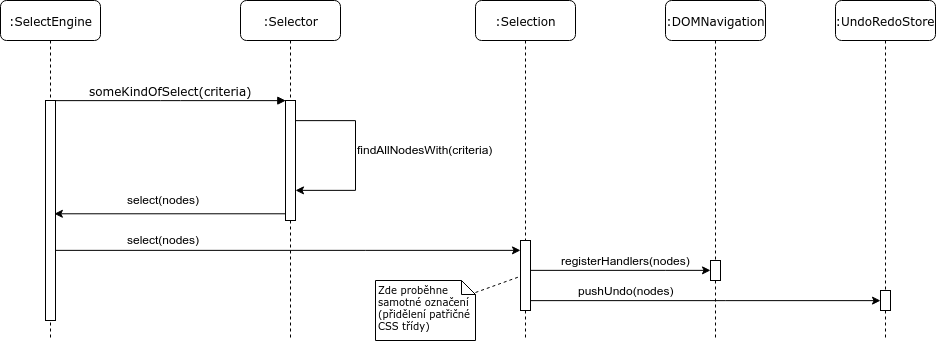
Above: LaTeX/images/sequence_diagram.png in drahoja9/scraper (draw.io), before the change. Source tidied: cells renumbered, new cells last; positions are measured from the earlier drawing's top-left corner, leaving out a move shared by most shapes. Its diagram source:
```xml
<mxGraphModel background="#ffffff">
  <root>
    <mxCell id="0" />
    <mxCell id="1" parent="0" />
    <mxCell id="2" value=":Selector" style="shape=umlLifeline;perimeter=lifelinePerimeter;whiteSpace=wrap;html=1;rounded=1;shadow=0;comic=0;labelBackgroundColor=none;strokeColor=#000000;strokeWidth=1;fillColor=#FFFFFF;fontFamily=Verdana;fontSize=12;fontColor=#000000;align=center;" parent="1" vertex="1">
      <mxGeometry x="240" width="100" height="340" as="geometry" />
    </mxCell>
    <mxCell id="3" style="html=1;points=[];perimeter=orthogonalPerimeter;rounded=0;shadow=0;comic=0;labelBackgroundColor=none;strokeColor=#000000;strokeWidth=1;fillColor=#FFFFFF;fontFamily=Verdana;fontSize=12;fontColor=#000000;align=center;" parent="2" vertex="1">
      <mxGeometry x="45" y="100" width="10" height="120" as="geometry" />
    </mxCell>
    <mxCell id="4" style="edgeStyle=orthogonalEdgeStyle;rounded=0;orthogonalLoop=1;jettySize=auto;html=1;" parent="2" edge="1" source="3" target="3">
      <mxGeometry relative="1" as="geometry">
        <Array as="points">
          <mxPoint x="115" y="120" />
          <mxPoint x="115" y="190" />
        </Array>
      </mxGeometry>
    </mxCell>
    <mxCell id="5" value=":SelectEngine" style="shape=umlLifeline;perimeter=lifelinePerimeter;whiteSpace=wrap;html=1;rounded=1;shadow=0;comic=0;labelBackgroundColor=none;strokeColor=#000000;strokeWidth=1;fillColor=#FFFFFF;fontFamily=Verdana;fontSize=12;fontColor=#000000;align=center;" parent="1" vertex="1">
      <mxGeometry width="100" height="340" as="geometry" />
    </mxCell>
    <mxCell id="6" style="html=1;points=[];perimeter=orthogonalPerimeter;rounded=0;shadow=0;comic=0;labelBackgroundColor=none;strokeColor=#000000;strokeWidth=1;fillColor=#FFFFFF;fontFamily=Verdana;fontSize=12;fontColor=#000000;align=center;" parent="5" vertex="1">
      <mxGeometry x="45" y="100" width="10" height="220" as="geometry" />
    </mxCell>
    <mxCell id="7" value="someKindOfSelect(criteria)" style="html=1;verticalAlign=bottom;endArrow=block;entryX=0;entryY=0;labelBackgroundColor=none;fontFamily=Verdana;fontSize=12;edgeStyle=elbowEdgeStyle;elbow=vertical;" parent="1" edge="1" source="6" target="3">
      <mxGeometry relative="1" as="geometry" />
    </mxCell>
    <mxCell id="8" style="rounded=0;jumpStyle=none;jettySize=auto;html=1;entryX=0.071;entryY=0.508;entryDx=0;entryDy=0;entryPerimeter=0;endArrow=none;endFill=0;dashed=1;" parent="1" edge="1" source="9" target="11">
      <mxGeometry relative="1" as="geometry" />
    </mxCell>
    <mxCell id="9" value="Zde proběhne samotné označení (přidělení patřičné CSS třídy)" style="shape=note;whiteSpace=wrap;html=1;size=14;verticalAlign=middle;align=left;spacingTop=-6;rounded=0;shadow=0;comic=0;labelBackgroundColor=none;strokeColor=#000000;strokeWidth=1;fillColor=#FFFFFF;fontFamily=Verdana;fontSize=10;fontColor=#000000;" parent="1" vertex="1">
      <mxGeometry x="375" y="280" width="100" height="60" as="geometry" />
    </mxCell>
    <mxCell id="10" value=":Selection" style="shape=umlLifeline;perimeter=lifelinePerimeter;whiteSpace=wrap;html=1;rounded=1;shadow=0;comic=0;labelBackgroundColor=none;strokeColor=#000000;strokeWidth=1;fillColor=#FFFFFF;fontFamily=Verdana;fontSize=12;fontColor=#000000;align=center;" parent="1" vertex="1">
      <mxGeometry x="475" width="100" height="340" as="geometry" />
    </mxCell>
    <mxCell id="11" style="html=1;points=[];perimeter=orthogonalPerimeter;rounded=0;shadow=0;comic=0;labelBackgroundColor=none;strokeColor=#000000;strokeWidth=1;fillColor=#FFFFFF;fontFamily=Verdana;fontSize=12;fontColor=#000000;align=center;" parent="10" vertex="1">
      <mxGeometry x="45" y="240" width="10" height="70" as="geometry" />
    </mxCell>
    <mxCell id="12" value="findAllNodesWith(criteria)" style="text;html=1;align=left;verticalAlign=top;spacingTop=-4;" parent="1" vertex="1">
      <mxGeometry x="355" y="140" width="150" height="20" as="geometry" />
    </mxCell>
    <mxCell id="13" style="edgeStyle=orthogonalEdgeStyle;rounded=0;jettySize=auto;html=1;" parent="1" edge="1" source="3">
      <mxGeometry relative="1" as="geometry">
        <mxPoint x="54" y="213" as="targetPoint" />
        <Array as="points">
          <mxPoint x="54" y="213" />
        </Array>
      </mxGeometry>
    </mxCell>
    <mxCell id="14" value="select(nodes)" style="text;html=1;align=center;verticalAlign=middle;labelBackgroundColor=#ffffff;" parent="13" vertex="1">
      <mxGeometry x="0.07" y="1" relative="1" as="geometry">
        <mxPoint x="1.5" y="-16" as="offset" />
      </mxGeometry>
    </mxCell>
    <mxCell id="15" value="select(nodes)" style="text;html=1;align=center;verticalAlign=middle;labelBackgroundColor=#ffffff;" parent="13" vertex="1">
      <mxGeometry x="0.07" y="1" relative="1" as="geometry">
        <mxPoint x="1.5" y="24" as="offset" />
      </mxGeometry>
    </mxCell>
    <mxCell id="16" style="edgeStyle=orthogonalEdgeStyle;rounded=0;jettySize=auto;html=1;jumpStyle=none;" parent="1" edge="1" source="6" target="11">
      <mxGeometry relative="1" as="geometry">
        <Array as="points">
          <mxPoint x="365" y="250" />
          <mxPoint x="365" y="250" />
        </Array>
      </mxGeometry>
    </mxCell>
    <mxCell id="17" value=":DOMNavigation" style="shape=umlLifeline;perimeter=lifelinePerimeter;whiteSpace=wrap;html=1;rounded=1;shadow=0;comic=0;labelBackgroundColor=none;strokeColor=#000000;strokeWidth=1;fillColor=#FFFFFF;fontFamily=Verdana;fontSize=12;fontColor=#000000;align=center;" parent="1" vertex="1">
      <mxGeometry x="665" width="100" height="340" as="geometry" />
    </mxCell>
    <mxCell id="18" style="html=1;points=[];perimeter=orthogonalPerimeter;rounded=0;shadow=0;comic=0;labelBackgroundColor=none;strokeColor=#000000;strokeWidth=1;fillColor=#FFFFFF;fontFamily=Verdana;fontSize=12;fontColor=#000000;align=center;" parent="17" vertex="1">
      <mxGeometry x="45" y="260" width="10" height="20" as="geometry" />
    </mxCell>
    <mxCell id="19" style="edgeStyle=orthogonalEdgeStyle;rounded=0;jumpStyle=none;jettySize=auto;html=1;" parent="1" edge="1" source="11" target="18">
      <mxGeometry relative="1" as="geometry">
        <Array as="points">
          <mxPoint x="665" y="270" />
          <mxPoint x="665" y="270" />
        </Array>
      </mxGeometry>
    </mxCell>
    <mxCell id="20" value="registerHandlers(nodes)" style="text;html=1;align=center;verticalAlign=middle;labelBackgroundColor=#ffffff;" parent="19" vertex="1">
      <mxGeometry x="0.19" y="1" relative="1" as="geometry">
        <mxPoint x="-11.5" y="-9" as="offset" />
      </mxGeometry>
    </mxCell>
    <mxCell id="21" value=":UndoRedoStore" style="shape=umlLifeline;perimeter=lifelinePerimeter;whiteSpace=wrap;html=1;rounded=1;shadow=0;comic=0;labelBackgroundColor=none;strokeColor=#000000;strokeWidth=1;fillColor=#FFFFFF;fontFamily=Verdana;fontSize=12;fontColor=#000000;align=center;" parent="1" vertex="1">
      <mxGeometry x="835" width="100" height="340" as="geometry" />
    </mxCell>
    <mxCell id="22" style="html=1;points=[];perimeter=orthogonalPerimeter;rounded=0;shadow=0;comic=0;labelBackgroundColor=none;strokeColor=#000000;strokeWidth=1;fillColor=#FFFFFF;fontFamily=Verdana;fontSize=12;fontColor=#000000;align=center;" parent="21" vertex="1">
      <mxGeometry x="45" y="290" width="10" height="20" as="geometry" />
    </mxCell>
    <mxCell id="23" style="edgeStyle=orthogonalEdgeStyle;rounded=0;jumpStyle=none;jettySize=auto;html=1;" parent="1" edge="1" source="11" target="22">
      <mxGeometry relative="1" as="geometry">
        <Array as="points">
          <mxPoint x="725" y="300" />
          <mxPoint x="725" y="300" />
        </Array>
      </mxGeometry>
    </mxCell>
    <mxCell id="24" value="pushUndo(nodes)" style="text;html=1;align=center;verticalAlign=middle;labelBackgroundColor=#ffffff;" parent="23" vertex="1">
      <mxGeometry x="0.15" relative="1" as="geometry">
        <mxPoint x="-106" y="-10" as="offset" />
      </mxGeometry>
    </mxCell>
  </root>
</mxGraphModel>
```
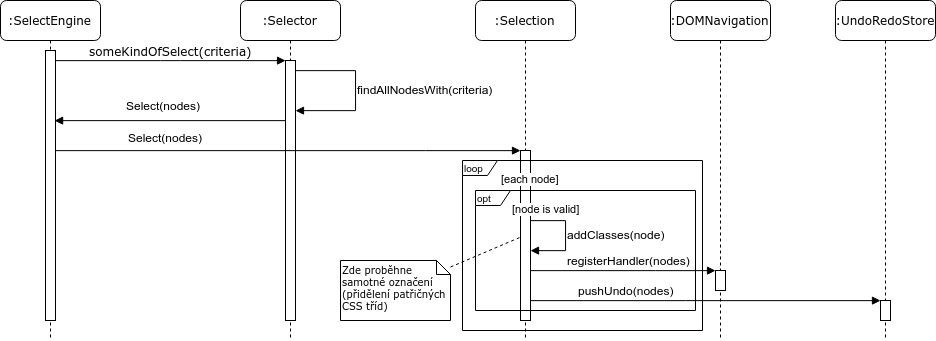
Above is the later version.

Commit message:
Added new diagram. Also the testing chapter is almost done.

The edit, as a diff of the source:
```diff
@@ -6,13 +6,13 @@
       <mxGeometry x="240" width="100" height="340" as="geometry" />
     </mxCell>
     <mxCell id="3" style="html=1;points=[];perimeter=orthogonalPerimeter;rounded=0;shadow=0;comic=0;labelBackgroundColor=none;strokeColor=#000000;strokeWidth=1;fillColor=#FFFFFF;fontFamily=Verdana;fontSize=12;fontColor=#000000;align=center;" parent="2" vertex="1">
-      <mxGeometry x="45" y="100" width="10" height="120" as="geometry" />
+      <mxGeometry x="45" y="60" width="10" height="260" as="geometry" />
     </mxCell>
-    <mxCell id="4" style="edgeStyle=orthogonalEdgeStyle;rounded=0;orthogonalLoop=1;jettySize=auto;html=1;" parent="2" edge="1" source="3" target="3">
+    <mxCell id="4" style="edgeStyle=orthogonalEdgeStyle;rounded=0;orthogonalLoop=1;jettySize=auto;html=1;endArrow=block;endFill=1;" parent="2" edge="1" source="3" target="3">
       <mxGeometry relative="1" as="geometry">
         <Array as="points">
-          <mxPoint x="115" y="120" />
-          <mxPoint x="115" y="190" />
+          <mxPoint x="115" y="70" />
+          <mxPoint x="115" y="110" />
         </Array>
       </mxGeometry>
     </mxCell>
@@ -20,7 +20,7 @@
       <mxGeometry width="100" height="340" as="geometry" />
     </mxCell>
     <mxCell id="6" style="html=1;points=[];perimeter=orthogonalPerimeter;rounded=0;shadow=0;comic=0;labelBackgroundColor=none;strokeColor=#000000;strokeWidth=1;fillColor=#FFFFFF;fontFamily=Verdana;fontSize=12;fontColor=#000000;align=center;" parent="5" vertex="1">
-      <mxGeometry x="45" y="100" width="10" height="220" as="geometry" />
+      <mxGeometry x="45" y="50" width="10" height="270" as="geometry" />
     </mxCell>
     <mxCell id="7" value="someKindOfSelect(criteria)" style="html=1;verticalAlign=bottom;endArrow=block;entryX=0;entryY=0;labelBackgroundColor=none;fontFamily=Verdana;fontSize=12;edgeStyle=elbowEdgeStyle;elbow=vertical;" parent="1" edge="1" source="6" target="3">
       <mxGeometry relative="1" as="geometry" />
@@ -28,59 +28,67 @@
     <mxCell id="8" style="rounded=0;jumpStyle=none;jettySize=auto;html=1;entryX=0.071;entryY=0.508;entryDx=0;entryDy=0;entryPerimeter=0;endArrow=none;endFill=0;dashed=1;" parent="1" edge="1" source="9" target="11">
       <mxGeometry relative="1" as="geometry" />
     </mxCell>
-    <mxCell id="9" value="Zde proběhne samotné označení (přidělení patřičné CSS třídy)" style="shape=note;whiteSpace=wrap;html=1;size=14;verticalAlign=middle;align=left;spacingTop=-6;rounded=0;shadow=0;comic=0;labelBackgroundColor=none;strokeColor=#000000;strokeWidth=1;fillColor=#FFFFFF;fontFamily=Verdana;fontSize=10;fontColor=#000000;" parent="1" vertex="1">
-      <mxGeometry x="375" y="280" width="100" height="60" as="geometry" />
+    <mxCell id="9" value="Zde proběhne samotné označení (přidělení patřičných CSS tříd)" style="shape=note;whiteSpace=wrap;html=1;size=14;verticalAlign=middle;align=left;spacingTop=-6;rounded=0;shadow=0;comic=0;labelBackgroundColor=none;strokeColor=#000000;strokeWidth=1;fillColor=#FFFFFF;fontFamily=Verdana;fontSize=10;fontColor=#000000;" parent="1" vertex="1">
+      <mxGeometry x="340" y="260" width="110" height="60" as="geometry" />
     </mxCell>
     <mxCell id="10" value=":Selection" style="shape=umlLifeline;perimeter=lifelinePerimeter;whiteSpace=wrap;html=1;rounded=1;shadow=0;comic=0;labelBackgroundColor=none;strokeColor=#000000;strokeWidth=1;fillColor=#FFFFFF;fontFamily=Verdana;fontSize=12;fontColor=#000000;align=center;" parent="1" vertex="1">
       <mxGeometry x="475" width="100" height="340" as="geometry" />
     </mxCell>
     <mxCell id="11" style="html=1;points=[];perimeter=orthogonalPerimeter;rounded=0;shadow=0;comic=0;labelBackgroundColor=none;strokeColor=#000000;strokeWidth=1;fillColor=#FFFFFF;fontFamily=Verdana;fontSize=12;fontColor=#000000;align=center;" parent="10" vertex="1">
-      <mxGeometry x="45" y="240" width="10" height="70" as="geometry" />
+      <mxGeometry x="45" y="150" width="10" height="170" as="geometry" />
     </mxCell>
+    <mxCell id="25" style="edgeStyle=orthogonalEdgeStyle;rounded=0;orthogonalLoop=1;jettySize=auto;html=1;endArrow=block;endFill=1;" parent="10" edge="1" source="11" target="11">
+      <mxGeometry relative="1" as="geometry">
+        <Array as="points">
+          <mxPoint x="90" y="220" />
+          <mxPoint x="90" y="250" />
+        </Array>
+      </mxGeometry>
+    </mxCell>
     <mxCell id="12" value="findAllNodesWith(criteria)" style="text;html=1;align=left;verticalAlign=top;spacingTop=-4;" parent="1" vertex="1">
-      <mxGeometry x="355" y="140" width="150" height="20" as="geometry" />
+      <mxGeometry x="355" y="80" width="150" height="20" as="geometry" />
     </mxCell>
-    <mxCell id="13" style="edgeStyle=orthogonalEdgeStyle;rounded=0;jettySize=auto;html=1;" parent="1" edge="1" source="3">
+    <mxCell id="13" style="edgeStyle=orthogonalEdgeStyle;rounded=0;jettySize=auto;html=1;endArrow=block;endFill=1;" parent="1" edge="1" source="3">
       <mxGeometry relative="1" as="geometry">
-        <mxPoint x="54" y="213" as="targetPoint" />
+        <mxPoint x="54" y="120" as="targetPoint" />
         <Array as="points">
-          <mxPoint x="54" y="213" />
+          <mxPoint x="54" y="120" />
         </Array>
       </mxGeometry>
     </mxCell>
-    <mxCell id="14" value="select(nodes)" style="text;html=1;align=center;verticalAlign=middle;labelBackgroundColor=#ffffff;" parent="13" vertex="1">
+    <mxCell id="14" value="Select(nodes)" style="text;html=1;align=center;verticalAlign=middle;labelBackgroundColor=#ffffff;" parent="13" vertex="1">
       <mxGeometry x="0.07" y="1" relative="1" as="geometry">
         <mxPoint x="1.5" y="-16" as="offset" />
       </mxGeometry>
     </mxCell>
-    <mxCell id="15" value="select(nodes)" style="text;html=1;align=center;verticalAlign=middle;labelBackgroundColor=#ffffff;" parent="13" vertex="1">
+    <mxCell id="15" value="Select(nodes)" style="text;html=1;align=center;verticalAlign=middle;labelBackgroundColor=#ffffff;" parent="13" vertex="1">
       <mxGeometry x="0.07" y="1" relative="1" as="geometry">
-        <mxPoint x="1.5" y="24" as="offset" />
+        <mxPoint x="4" y="16" as="offset" />
       </mxGeometry>
     </mxCell>
-    <mxCell id="16" style="edgeStyle=orthogonalEdgeStyle;rounded=0;jettySize=auto;html=1;jumpStyle=none;" parent="1" edge="1" source="6" target="11">
+    <mxCell id="16" style="edgeStyle=orthogonalEdgeStyle;rounded=0;jettySize=auto;html=1;jumpStyle=none;endArrow=block;endFill=1;" parent="1" edge="1" source="6" target="11">
       <mxGeometry relative="1" as="geometry">
         <Array as="points">
-          <mxPoint x="365" y="250" />
-          <mxPoint x="365" y="250" />
+          <mxPoint x="425" y="150" />
+          <mxPoint x="425" y="150" />
         </Array>
       </mxGeometry>
     </mxCell>
     <mxCell id="17" value=":DOMNavigation" style="shape=umlLifeline;perimeter=lifelinePerimeter;whiteSpace=wrap;html=1;rounded=1;shadow=0;comic=0;labelBackgroundColor=none;strokeColor=#000000;strokeWidth=1;fillColor=#FFFFFF;fontFamily=Verdana;fontSize=12;fontColor=#000000;align=center;" parent="1" vertex="1">
-      <mxGeometry x="665" width="100" height="340" as="geometry" />
+      <mxGeometry x="670" width="100" height="340" as="geometry" />
     </mxCell>
     <mxCell id="18" style="html=1;points=[];perimeter=orthogonalPerimeter;rounded=0;shadow=0;comic=0;labelBackgroundColor=none;strokeColor=#000000;strokeWidth=1;fillColor=#FFFFFF;fontFamily=Verdana;fontSize=12;fontColor=#000000;align=center;" parent="17" vertex="1">
-      <mxGeometry x="45" y="260" width="10" height="20" as="geometry" />
+      <mxGeometry x="45" y="270" width="10" height="20" as="geometry" />
     </mxCell>
-    <mxCell id="19" style="edgeStyle=orthogonalEdgeStyle;rounded=0;jumpStyle=none;jettySize=auto;html=1;" parent="1" edge="1" source="11" target="18">
+    <mxCell id="19" style="edgeStyle=orthogonalEdgeStyle;rounded=0;jumpStyle=none;jettySize=auto;html=1;endArrow=block;endFill=1;" parent="1" edge="1" source="11" target="18">
       <mxGeometry relative="1" as="geometry">
         <Array as="points">
-          <mxPoint x="665" y="270" />
-          <mxPoint x="665" y="270" />
+          <mxPoint x="655" y="270" />
+          <mxPoint x="655" y="270" />
         </Array>
       </mxGeometry>
     </mxCell>
-    <mxCell id="20" value="registerHandlers(nodes)" style="text;html=1;align=center;verticalAlign=middle;labelBackgroundColor=#ffffff;" parent="19" vertex="1">
+    <mxCell id="20" value="registerHandler(nodes)" style="text;html=1;align=center;verticalAlign=middle;labelBackgroundColor=#ffffff;" parent="19" vertex="1">
       <mxGeometry x="0.19" y="1" relative="1" as="geometry">
         <mxPoint x="-11.5" y="-9" as="offset" />
       </mxGeometry>
@@ -89,13 +97,13 @@
       <mxGeometry x="835" width="100" height="340" as="geometry" />
     </mxCell>
     <mxCell id="22" style="html=1;points=[];perimeter=orthogonalPerimeter;rounded=0;shadow=0;comic=0;labelBackgroundColor=none;strokeColor=#000000;strokeWidth=1;fillColor=#FFFFFF;fontFamily=Verdana;fontSize=12;fontColor=#000000;align=center;" parent="21" vertex="1">
-      <mxGeometry x="45" y="290" width="10" height="20" as="geometry" />
+      <mxGeometry x="45" y="300" width="10" height="20" as="geometry" />
     </mxCell>
-    <mxCell id="23" style="edgeStyle=orthogonalEdgeStyle;rounded=0;jumpStyle=none;jettySize=auto;html=1;" parent="1" edge="1" source="11" target="22">
+    <mxCell id="23" style="edgeStyle=orthogonalEdgeStyle;rounded=0;jumpStyle=none;jettySize=auto;html=1;endArrow=block;endFill=1;" parent="1" edge="1" source="11" target="22">
       <mxGeometry relative="1" as="geometry">
         <Array as="points">
-          <mxPoint x="725" y="300" />
-          <mxPoint x="725" y="300" />
+          <mxPoint x="685" y="300" />
+          <mxPoint x="685" y="300" />
         </Array>
       </mxGeometry>
     </mxCell>
@@ -104,5 +112,20 @@
         <mxPoint x="-106" y="-10" as="offset" />
       </mxGeometry>
     </mxCell>
+    <mxCell id="26" value="loop" style="shape=umlFrame;whiteSpace=wrap;html=1;width=35;height=15;align=left;fontSize=10;" parent="1" vertex="1">
+      <mxGeometry x="462" y="160" width="240" height="170" as="geometry" />
+    </mxCell>
+    <mxCell id="27" value="[each node]" style="text;html=1;align=center;verticalAlign=middle;spacingTop=-4;fontSize=11;labelBackgroundColor=#ffffff;" parent="1" vertex="1">
+      <mxGeometry x="495" y="175" width="70" height="10" as="geometry" />
+    </mxCell>
+    <mxCell id="28" value="opt" style="shape=umlFrame;whiteSpace=wrap;html=1;width=35;height=15;align=left;fontSize=10;" parent="1" vertex="1">
+      <mxGeometry x="475" y="190" width="220" height="120" as="geometry" />
+    </mxCell>
+    <mxCell id="29" value="[node is valid]" style="text;html=1;align=center;verticalAlign=middle;spacingTop=-4;fontSize=11;labelBackgroundColor=#ffffff;" parent="1" vertex="1">
+      <mxGeometry x="505" y="205" width="80" height="10" as="geometry" />
+    </mxCell>
+    <mxCell id="30" value="addClasses(node)" style="text;html=1;align=left;verticalAlign=top;spacingTop=-4;fontSize=12;" parent="1" vertex="1">
+      <mxGeometry x="565" y="225" width="100" height="10" as="geometry" />
+    </mxCell>
   </root>
 </mxGraphModel>
```
